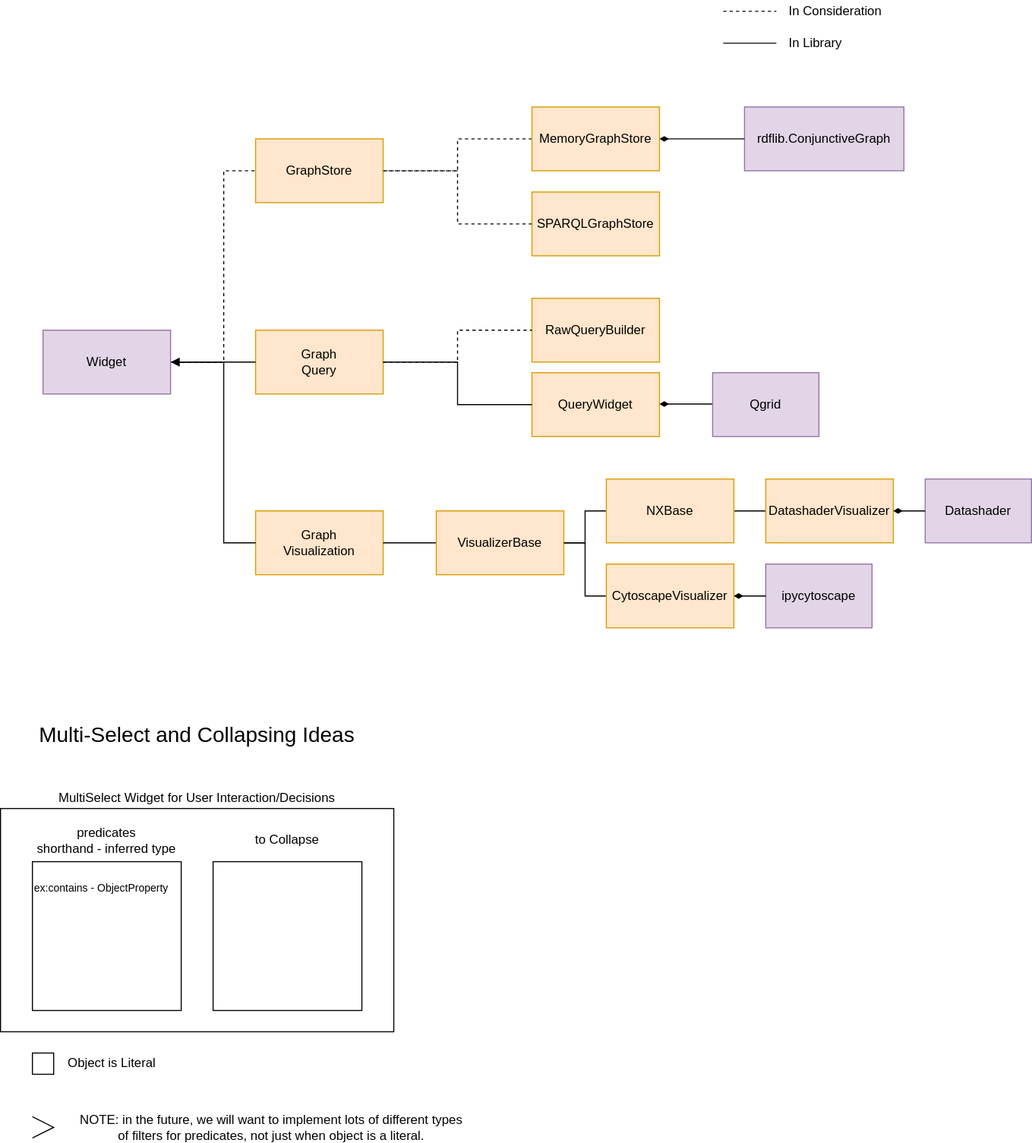
This is design/architecture/architecture.dio.svg from jupyrdf/ipyradiant, a draw.io export, as it was before one commit. Source tidied: cells renumbered, new cells last; positions are measured from the earlier drawing's top-left corner, leaving out a move shared by most shapes.
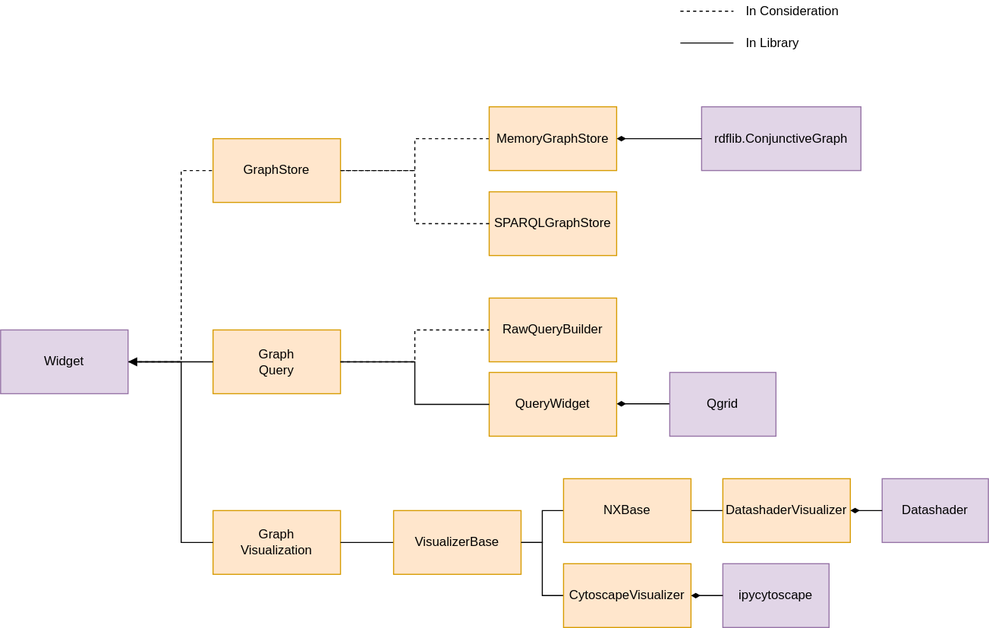
Later version of the same file.

What changed in the source:
```diff
@@ -137,41 +137,5 @@
     <mxCell id="36" value="In Library" style="text;html=1;strokeColor=none;fillColor=none;align=left;verticalAlign=middle;whiteSpace=wrap;rounded=0;" parent="1" vertex="1">
       <mxGeometry x="740" y="30" width="100" height="20" as="geometry" />
     </mxCell>
-    <mxCell id="37" style="rounded=0;whiteSpace=wrap;html=1;" parent="1" vertex="1">
-      <mxGeometry y="760" width="370" height="210" as="geometry" />
-    </mxCell>
-    <mxCell id="38" style="whiteSpace=wrap;html=1;" parent="1" vertex="1">
-      <mxGeometry x="30" y="810" width="140" height="140" as="geometry" />
-    </mxCell>
-    <mxCell id="39" style="whiteSpace=wrap;html=1;" parent="1" vertex="1">
-      <mxGeometry x="200" y="810" width="140" height="140" as="geometry" />
-    </mxCell>
-    <mxCell id="40" value="predicates&lt;br&gt;shorthand - inferred type" style="text;html=1;strokeColor=none;fillColor=none;align=center;verticalAlign=middle;whiteSpace=wrap;rounded=0;" parent="1" vertex="1">
-      <mxGeometry x="20" y="780" width="160" height="20" as="geometry" />
-    </mxCell>
-    <mxCell id="41" value="&lt;font style=&quot;font-size: 10px&quot;&gt;ex:contains - ObjectProperty&lt;/font&gt;" style="text;html=1;strokeColor=none;fillColor=none;align=left;verticalAlign=middle;whiteSpace=wrap;rounded=0;" parent="1" vertex="1">
-      <mxGeometry x="30" y="820" width="140" height="30" as="geometry" />
-    </mxCell>
-    <mxCell id="42" value="to Collapse" style="text;html=1;strokeColor=none;fillColor=none;align=center;verticalAlign=middle;whiteSpace=wrap;rounded=0;" parent="1" vertex="1">
-      <mxGeometry x="220" y="780" width="100" height="20" as="geometry" />
-    </mxCell>
-    <mxCell id="43" value="MultiSelect Widget for User Interaction/Decisions" style="text;html=1;strokeColor=none;fillColor=none;align=center;verticalAlign=middle;whiteSpace=wrap;rounded=0;" parent="1" vertex="1">
-      <mxGeometry x="10" y="740" width="350" height="20" as="geometry" />
-    </mxCell>
-    <mxCell id="44" style="rounded=0;whiteSpace=wrap;html=1;" parent="1" vertex="1">
-      <mxGeometry x="30" y="990" width="20" height="20" as="geometry" />
-    </mxCell>
-    <mxCell id="45" value="Object is Literal" style="text;html=1;strokeColor=none;fillColor=none;align=center;verticalAlign=middle;whiteSpace=wrap;rounded=0;" parent="1" vertex="1">
-      <mxGeometry x="40" y="990" width="130" height="20" as="geometry" />
-    </mxCell>
-    <mxCell id="46" value="&lt;font style=&quot;font-size: 20px&quot;&gt;Multi-Select and Collapsing Ideas&lt;/font&gt;" style="text;html=1;strokeColor=none;fillColor=none;align=center;verticalAlign=middle;whiteSpace=wrap;rounded=0;" parent="1" vertex="1">
-      <mxGeometry x="5" y="680" width="360" height="20" as="geometry" />
-    </mxCell>
-    <mxCell id="47" style="html=1;shadow=0;dashed=0;align=center;verticalAlign=middle;shape=mxgraph.arrows2.arrow;dy=0;dx=30;notch=30;" parent="1" vertex="1">
-      <mxGeometry x="30" y="1050" width="20" height="20" as="geometry" />
-    </mxCell>
-    <mxCell id="48" value="NOTE: in the future, we will want to implement lots of different types of filters for predicates, not just when object is a literal." style="text;html=1;strokeColor=none;fillColor=none;align=center;verticalAlign=middle;whiteSpace=wrap;rounded=0;" parent="1" vertex="1">
-      <mxGeometry x="70" y="1050" width="370" height="20" as="geometry" />
-    </mxCell>
   </root>
 </mxGraphModel>
```
